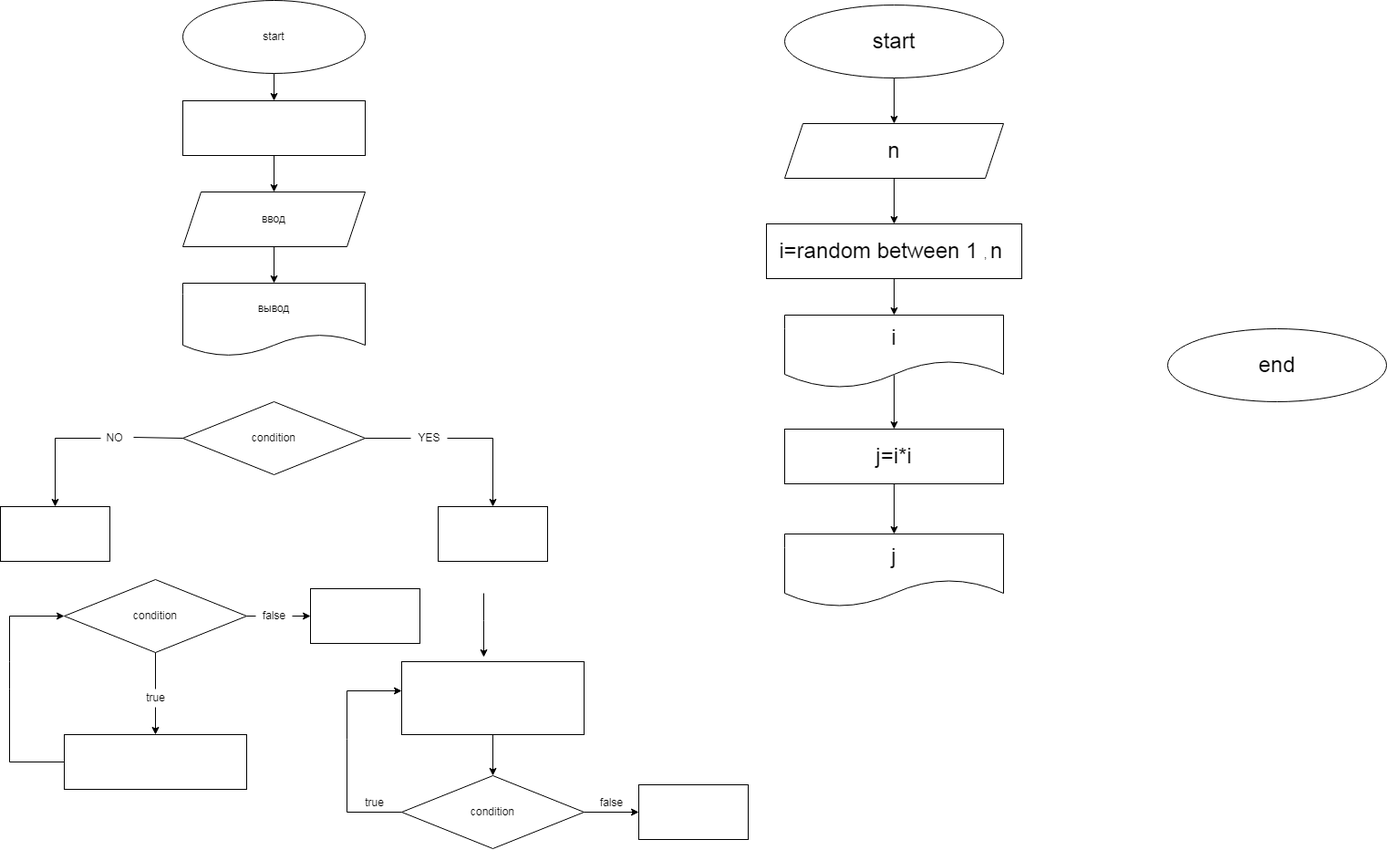
igormazsko/prakt-16.07 keeps this draw.io diagram as ex000.drawio.png. Above is the earlier version. Source tidied: cells renumbered, new cells last; positions are measured from the earlier drawing's top-left corner, leaving out a move shared by most shapes.
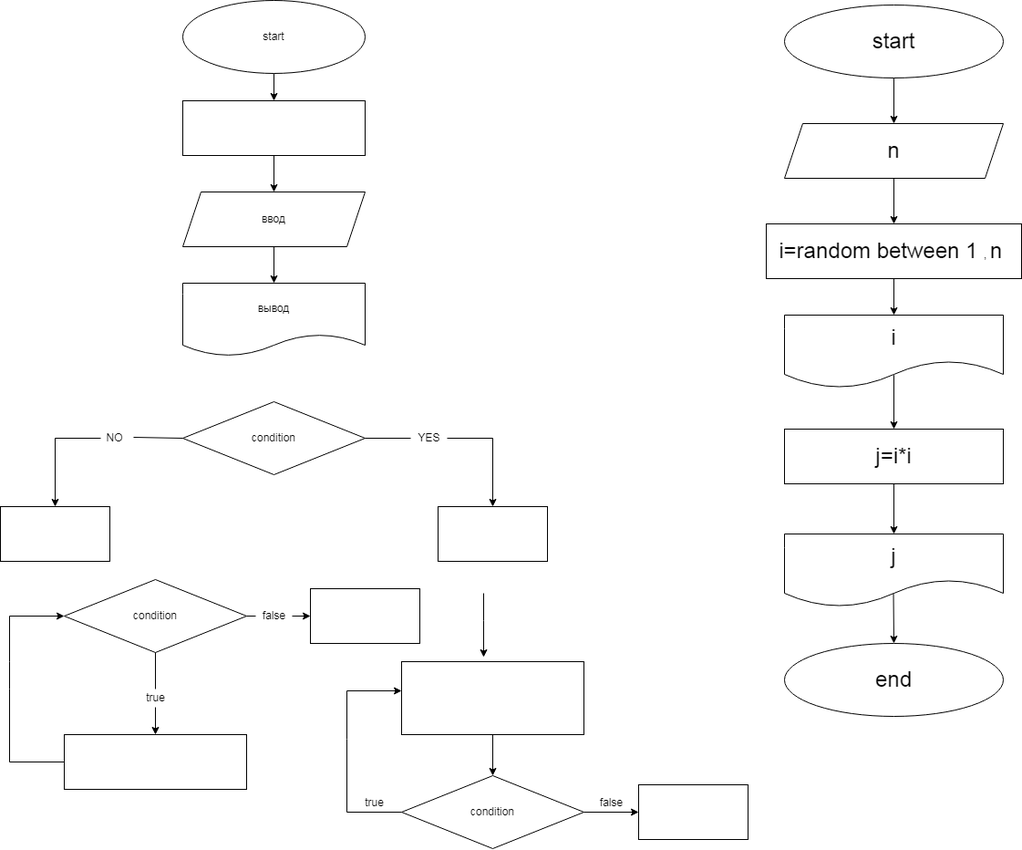
The same file after the commit.

Commit message:
добавил end:

The edit, as a diff of the source:
```diff
@@ -159,7 +159,7 @@
       <mxGeometry x="860" y="345" width="240" height="80" as="geometry" />
     </mxCell>
     <mxCell id="45" value="&lt;font style=&quot;font-size: 24px&quot;&gt;end&lt;/font&gt;" style="ellipse;whiteSpace=wrap;html=1;" parent="1" vertex="1">
-      <mxGeometry x="1280" y="360" width="240" height="80" as="geometry" />
+      <mxGeometry x="860" y="705" width="240" height="80" as="geometry" />
     </mxCell>
     <mxCell id="46" style="edgeStyle=none;rounded=0;html=1;exitX=0.5;exitY=1;exitDx=0;exitDy=0;entryX=0.5;entryY=0;entryDx=0;entryDy=0;fontSize=24;" parent="1" edge="1" source="47" target="48">
       <mxGeometry relative="1" as="geometry" />
@@ -170,5 +170,8 @@
     <mxCell id="48" value="&lt;font style=&quot;font-size: 24px&quot;&gt;j&lt;/font&gt;" style="shape=document;whiteSpace=wrap;html=1;boundedLbl=1;size=0.375;" parent="1" vertex="1">
       <mxGeometry x="860" y="585" width="240" height="80" as="geometry" />
     </mxCell>
+    <mxCell id="49" style="edgeStyle=none;rounded=0;html=1;fontSize=24;exitX=0.498;exitY=0.813;exitDx=0;exitDy=0;exitPerimeter=0;entryX=0.5;entryY=0;entryDx=0;entryDy=0;" parent="1" edge="1" source="48" target="45">
+      <mxGeometry relative="1" as="geometry" />
+    </mxCell>
   </root>
 </mxGraphModel>
```
